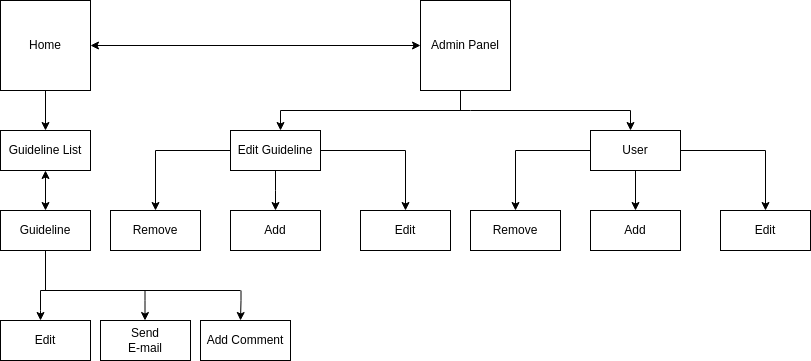
Earlier version of the draw.io export UX_Dashboard.drawio.png (Mat3u52/Dashboard). Source tidied: cells renumbered, new cells last; positions are measured from the earlier drawing's top-left corner, leaving out a move shared by most shapes.
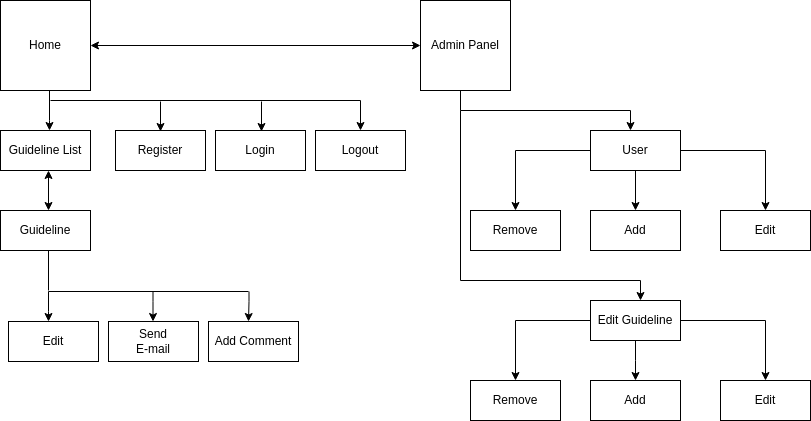
The same diagram one commit later.

The edit, as a diff of the source:
```diff
@@ -20,8 +20,8 @@
     <mxCell id="7" style="edgeStyle=orthogonalEdgeStyle;rounded=0;jettySize=auto;html=1;" parent="1" edge="1" source="10" target="15">
       <mxGeometry relative="1" as="geometry">
         <Array as="points">
-          <mxPoint x="275" y="190" />
-          <mxPoint x="275" y="190" />
+          <mxPoint x="635" y="360" />
+          <mxPoint x="635" y="360" />
         </Array>
       </mxGeometry>
     </mxCell>
@@ -32,22 +32,31 @@
       <mxGeometry relative="1" as="geometry" />
     </mxCell>
     <mxCell id="10" value="Edit Guideline" style="rounded=0;whiteSpace=wrap;html=1;" parent="1" vertex="1">
-      <mxGeometry x="230" y="130" width="90" height="40" as="geometry" />
+      <mxGeometry x="590" y="300" width="90" height="40" as="geometry" />
     </mxCell>
     <mxCell id="11" value="Remove" style="rounded=0;whiteSpace=wrap;html=1;" parent="1" vertex="1">
-      <mxGeometry x="110" y="210" width="90" height="40" as="geometry" />
+      <mxGeometry x="470" y="380" width="90" height="40" as="geometry" />
     </mxCell>
-    <mxCell id="12" style="endArrow=classic;html=1;rounded=0;entryX=0.5;entryY=0;entryDx=0;entryDy=0;exitX=0.5;exitY=1;exitDx=0;exitDy=0;" parent="1" edge="1" source="2" target="5">
-      <mxGeometry relative="1" as="geometry" />
+    <mxCell id="12" style="endArrow=classic;html=1;rounded=0;entryX=0.5;entryY=0;entryDx=0;entryDy=0;exitX=0.5;exitY=1;exitDx=0;exitDy=0;" parent="1" edge="1">
+      <mxGeometry relative="1" as="geometry">
+        <mxPoint x="49" y="90" as="sourcePoint" />
+        <mxPoint x="49" y="130" as="targetPoint" />
+        <Array as="points">
+          <mxPoint x="49" y="120" />
+        </Array>
+      </mxGeometry>
     </mxCell>
-    <mxCell id="13" style="endArrow=classic;startArrow=classic;html=1;rounded=0;exitX=0.5;exitY=0;exitDx=0;exitDy=0;entryX=0.5;entryY=1;entryDx=0;entryDy=0;" parent="1" edge="1" source="6" target="5">
-      <mxGeometry relative="1" as="geometry" />
+    <mxCell id="13" style="endArrow=classic;startArrow=classic;html=1;rounded=0;exitX=0.5;exitY=0;exitDx=0;exitDy=0;entryX=0.5;entryY=1;entryDx=0;entryDy=0;" parent="1" edge="1">
+      <mxGeometry relative="1" as="geometry">
+        <mxPoint x="48" y="210" as="sourcePoint" />
+        <mxPoint x="48" y="170" as="targetPoint" />
+      </mxGeometry>
     </mxCell>
     <mxCell id="14" value="Edit" style="rounded=0;whiteSpace=wrap;html=1;" parent="1" vertex="1">
-      <mxGeometry x="360" y="210" width="90" height="40" as="geometry" />
+      <mxGeometry x="720" y="380" width="90" height="40" as="geometry" />
     </mxCell>
     <mxCell id="15" value="Add" style="rounded=0;whiteSpace=wrap;html=1;" parent="1" vertex="1">
-      <mxGeometry x="230" y="210" width="90" height="40" as="geometry" />
+      <mxGeometry x="590" y="380" width="90" height="40" as="geometry" />
     </mxCell>
     <mxCell id="16" style="edgeStyle=orthogonalEdgeStyle;rounded=0;jettySize=auto;html=1;exitX=0.5;exitY=1;exitDx=0;exitDy=0;entryX=0.5;entryY=0;entryDx=0;entryDy=0;" parent="1" edge="1" source="19" target="22">
       <mxGeometry relative="1" as="geometry" />
@@ -72,17 +81,17 @@
     </mxCell>
     <mxCell id="23" style="endArrow=none;html=1;rounded=0;strokeWidth=1;jumpSize=6;" parent="1" edge="1">
       <mxGeometry relative="1" as="geometry">
-        <mxPoint x="280" y="110" as="sourcePoint" />
+        <mxPoint x="460" y="280" as="sourcePoint" />
         <mxPoint x="630" y="110" as="targetPoint" />
         <Array as="points">
-          <mxPoint x="470" y="110" />
+          <mxPoint x="460" y="110" />
         </Array>
       </mxGeometry>
     </mxCell>
     <mxCell id="24" style="endArrow=classic;html=1;rounded=0;strokeWidth=1;jumpSize=6;" parent="1" edge="1">
       <mxGeometry relative="1" as="geometry">
-        <mxPoint x="280" y="110" as="sourcePoint" />
-        <mxPoint x="280" y="130" as="targetPoint" />
+        <mxPoint x="640" y="280" as="sourcePoint" />
+        <mxPoint x="640" y="300" as="targetPoint" />
       </mxGeometry>
     </mxCell>
     <mxCell id="25" style="endArrow=none;html=1;rounded=0;strokeWidth=1;jumpSize=6;" parent="1" edge="1">
@@ -98,54 +107,94 @@
       </mxGeometry>
     </mxCell>
     <mxCell id="27" value="Edit" style="rounded=0;whiteSpace=wrap;html=1;" parent="1" vertex="1">
-      <mxGeometry y="320" width="90" height="40" as="geometry" />
+      <mxGeometry x="8" y="321" width="90" height="40" as="geometry" />
     </mxCell>
     <mxCell id="28" value="Send &lt;br&gt;E-mail" style="rounded=0;whiteSpace=wrap;html=1;" parent="1" vertex="1">
-      <mxGeometry x="100" y="320" width="90" height="40" as="geometry" />
+      <mxGeometry x="108" y="321" width="90" height="40" as="geometry" />
     </mxCell>
     <mxCell id="29" value="Add Comment" style="rounded=0;whiteSpace=wrap;html=1;" parent="1" vertex="1">
-      <mxGeometry x="200" y="320" width="90" height="40" as="geometry" />
+      <mxGeometry x="208" y="321" width="90" height="40" as="geometry" />
     </mxCell>
     <mxCell id="30" style="endArrow=none;html=1;rounded=0;" parent="1" edge="1">
       <mxGeometry relative="1" as="geometry">
-        <mxPoint x="40" y="290" as="sourcePoint" />
-        <mxPoint x="240" y="290" as="targetPoint" />
+        <mxPoint x="48" y="291" as="sourcePoint" />
+        <mxPoint x="248" y="291" as="targetPoint" />
       </mxGeometry>
     </mxCell>
-    <mxCell id="31" style="endArrow=none;html=1;rounded=0;entryX=0.5;entryY=1;entryDx=0;entryDy=0;" parent="1" edge="1" target="6">
+    <mxCell id="31" style="endArrow=none;html=1;rounded=0;entryX=0.5;entryY=1;entryDx=0;entryDy=0;" parent="1" edge="1">
       <mxGeometry relative="1" as="geometry">
-        <mxPoint x="45" y="290" as="sourcePoint" />
+        <mxPoint x="48" y="290" as="sourcePoint" />
+        <mxPoint x="48" y="250" as="targetPoint" />
       </mxGeometry>
     </mxCell>
     <mxCell id="32" style="edgeStyle=orthogonalEdgeStyle;rounded=0;orthogonalLoop=1;jettySize=auto;html=1;" parent="1" edge="1">
       <mxGeometry relative="1" as="geometry">
-        <mxPoint x="40" y="290" as="sourcePoint" />
-        <mxPoint x="40" y="320" as="targetPoint" />
+        <mxPoint x="48" y="291" as="sourcePoint" />
+        <mxPoint x="48" y="321" as="targetPoint" />
         <Array as="points">
-          <mxPoint x="40" y="310" />
-          <mxPoint x="40" y="310" />
+          <mxPoint x="48" y="311" />
+          <mxPoint x="48" y="311" />
         </Array>
       </mxGeometry>
     </mxCell>
     <mxCell id="33" style="edgeStyle=orthogonalEdgeStyle;rounded=0;orthogonalLoop=1;jettySize=auto;html=1;" parent="1" edge="1">
       <mxGeometry relative="1" as="geometry">
-        <mxPoint x="150" y="290" as="sourcePoint" />
-        <mxPoint x="144.5" y="320" as="targetPoint" />
+        <mxPoint x="158" y="291" as="sourcePoint" />
+        <mxPoint x="152.5" y="321" as="targetPoint" />
         <Array as="points">
-          <mxPoint x="144.5" y="300" />
-          <mxPoint x="144.5" y="300" />
+          <mxPoint x="152.5" y="301" />
+          <mxPoint x="152.5" y="301" />
         </Array>
       </mxGeometry>
     </mxCell>
     <mxCell id="34" style="edgeStyle=orthogonalEdgeStyle;rounded=0;orthogonalLoop=1;jettySize=auto;html=1;" parent="1" edge="1">
       <mxGeometry relative="1" as="geometry">
-        <mxPoint x="240.5" y="290" as="sourcePoint" />
-        <mxPoint x="240" y="320" as="targetPoint" />
+        <mxPoint x="248.5" y="291" as="sourcePoint" />
+        <mxPoint x="248" y="321" as="targetPoint" />
         <Array as="points">
-          <mxPoint x="240" y="300" />
-          <mxPoint x="240" y="300" />
+          <mxPoint x="248" y="301" />
+          <mxPoint x="248" y="301" />
         </Array>
       </mxGeometry>
     </mxCell>
+    <mxCell id="35" style="endArrow=none;html=1;rounded=0;" parent="1" edge="1">
+      <mxGeometry relative="1" as="geometry">
+        <mxPoint x="460" y="280" as="sourcePoint" />
+        <mxPoint x="640" y="280" as="targetPoint" />
+      </mxGeometry>
+    </mxCell>
+    <mxCell id="36" value="Register" style="rounded=0;whiteSpace=wrap;html=1;" parent="1" vertex="1">
+      <mxGeometry x="115" y="130" width="90" height="40" as="geometry" />
+    </mxCell>
+    <mxCell id="37" value="Login" style="rounded=0;whiteSpace=wrap;html=1;" parent="1" vertex="1">
+      <mxGeometry x="215" y="130" width="90" height="40" as="geometry" />
+    </mxCell>
+    <mxCell id="38" value="Logout" style="rounded=0;whiteSpace=wrap;html=1;" parent="1" vertex="1">
+      <mxGeometry x="315" y="130" width="90" height="40" as="geometry" />
+    </mxCell>
+    <mxCell id="39" style="endArrow=none;html=1;rounded=0;" parent="1" edge="1">
+      <mxGeometry relative="1" as="geometry">
+        <mxPoint x="50" y="100" as="sourcePoint" />
+        <mxPoint x="360" y="100" as="targetPoint" />
+      </mxGeometry>
+    </mxCell>
+    <mxCell id="40" style="endArrow=classic;html=1;rounded=0;" parent="1" edge="1">
+      <mxGeometry relative="1" as="geometry">
+        <mxPoint x="360" y="100" as="sourcePoint" />
+        <mxPoint x="360" y="130" as="targetPoint" />
+      </mxGeometry>
+    </mxCell>
+    <mxCell id="41" style="endArrow=classic;html=1;rounded=0;" parent="1" edge="1">
+      <mxGeometry relative="1" as="geometry">
+        <mxPoint x="261" y="101" as="sourcePoint" />
+        <mxPoint x="261" y="131" as="targetPoint" />
+      </mxGeometry>
+    </mxCell>
+    <mxCell id="42" style="endArrow=classic;html=1;rounded=0;" parent="1" edge="1">
+      <mxGeometry relative="1" as="geometry">
+        <mxPoint x="160" y="101" as="sourcePoint" />
+        <mxPoint x="160" y="131" as="targetPoint" />
+      </mxGeometry>
+    </mxCell>
   </root>
 </mxGraphModel>
```
